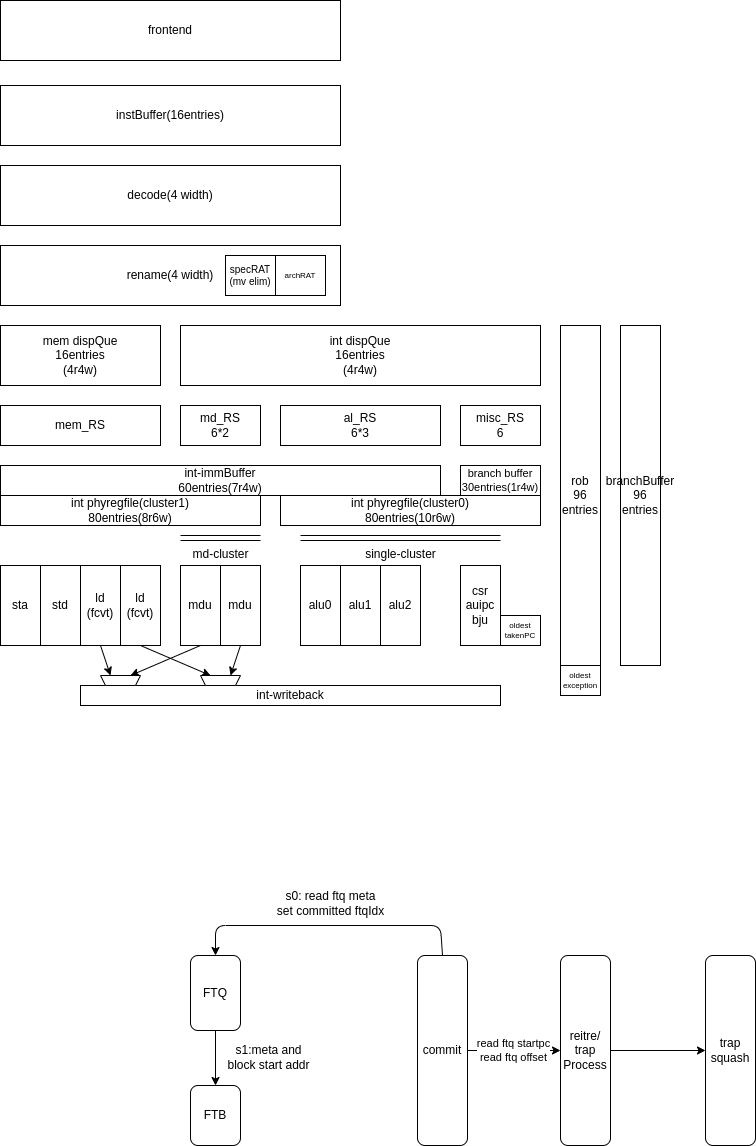
Above: doc/aura-arch-backend.drawio.png in tastynoob/aura-core (draw.io), before the change. Source tidied: cells renumbered, new cells last; positions are measured from the earlier drawing's top-left corner, leaving out a move shared by most shapes.
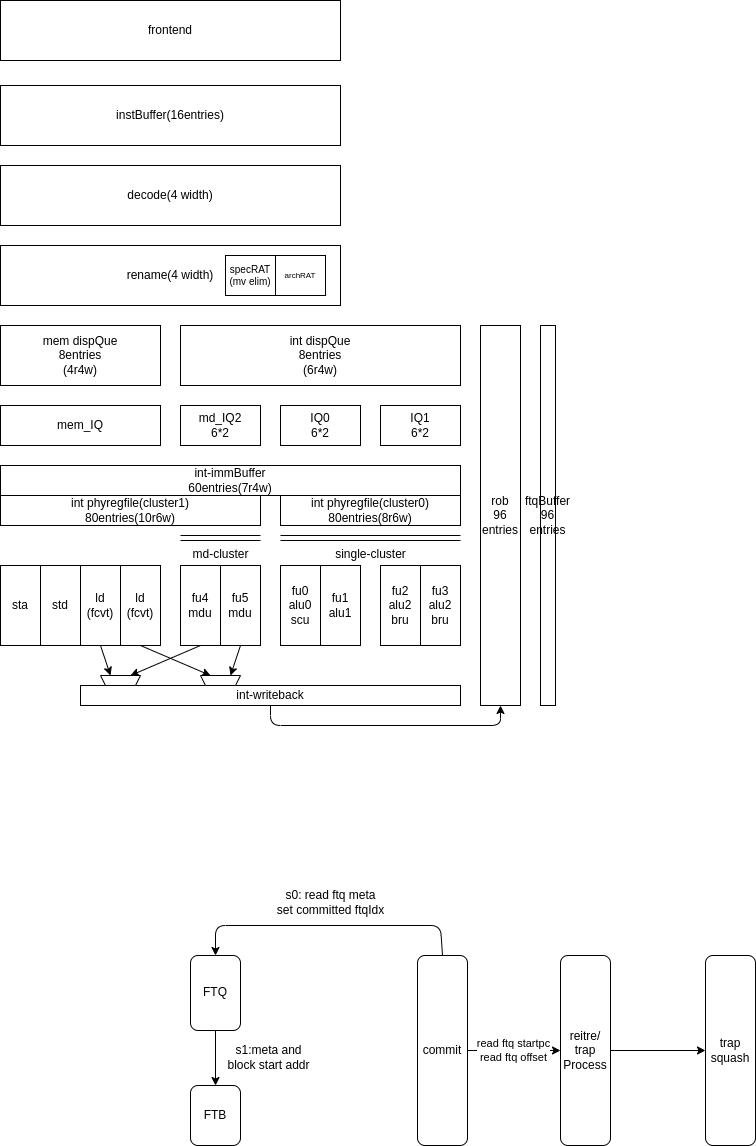
The same diagram one commit later.

Change to the diagram source:
```diff
@@ -2,13 +2,13 @@
   <root>
     <mxCell id="0" />
     <mxCell id="1" parent="0" />
-    <mxCell id="2" value="int dispQue&lt;br&gt;16entries&lt;br&gt;(4r4w)" style="rounded=0;whiteSpace=wrap;html=1;align=center;verticalAlign=middle;" parent="1" vertex="1">
-      <mxGeometry x="180" y="325" width="360" height="60" as="geometry" />
+    <mxCell id="2" value="int dispQue&lt;br&gt;8entries&lt;br&gt;(6r4w)" style="rounded=0;whiteSpace=wrap;html=1;align=center;verticalAlign=middle;" parent="1" vertex="1">
+      <mxGeometry x="180" y="325" width="280" height="60" as="geometry" />
     </mxCell>
-    <mxCell id="3" value="md_RS&lt;br&gt;6*2" style="rounded=0;whiteSpace=wrap;html=1;align=center;verticalAlign=middle;" parent="1" vertex="1">
+    <mxCell id="3" value="md_IQ2&lt;br&gt;6*2" style="rounded=0;whiteSpace=wrap;html=1;align=center;verticalAlign=middle;" parent="1" vertex="1">
       <mxGeometry x="180" y="405" width="80" height="40" as="geometry" />
     </mxCell>
-    <mxCell id="4" value="mem_RS" style="rounded=0;whiteSpace=wrap;html=1;align=center;verticalAlign=middle;" parent="1" vertex="1">
+    <mxCell id="4" value="mem_IQ" style="rounded=0;whiteSpace=wrap;html=1;align=center;verticalAlign=middle;" parent="1" vertex="1">
       <mxGeometry y="405" width="160" height="40" as="geometry" />
     </mxCell>
     <mxCell id="5" value="std" style="rounded=0;whiteSpace=wrap;html=1;" parent="1" vertex="1">
@@ -29,41 +29,46 @@
     <mxCell id="10" value="ld&lt;br&gt;(fcvt)" style="rounded=0;whiteSpace=wrap;html=1;" parent="1" vertex="1">
       <mxGeometry x="80" y="565" width="40" height="80" as="geometry" />
     </mxCell>
-    <mxCell id="11" value="al_RS&lt;br&gt;6*3" style="rounded=0;whiteSpace=wrap;html=1;align=center;verticalAlign=middle;" parent="1" vertex="1">
-      <mxGeometry x="280" y="405" width="160" height="40" as="geometry" />
+    <mxCell id="11" value="IQ0&lt;br&gt;6*2" style="rounded=0;whiteSpace=wrap;html=1;align=center;verticalAlign=middle;" parent="1" vertex="1">
+      <mxGeometry x="280" y="405" width="80" height="40" as="geometry" />
     </mxCell>
-    <mxCell id="12" value="misc_RS&lt;br&gt;6" style="rounded=0;whiteSpace=wrap;html=1;align=center;verticalAlign=middle;" parent="1" vertex="1">
-      <mxGeometry x="460" y="405" width="80" height="40" as="geometry" />
+    <mxCell id="12" value="IQ1&lt;br&gt;6*2" style="rounded=0;whiteSpace=wrap;html=1;align=center;verticalAlign=middle;" parent="1" vertex="1">
+      <mxGeometry x="380" y="405" width="80" height="40" as="geometry" />
     </mxCell>
-    <mxCell id="13" value="csr&lt;br&gt;auipc&lt;br&gt;bju" style="rounded=0;whiteSpace=wrap;html=1;" parent="1" vertex="1">
-      <mxGeometry x="460" y="565" width="40" height="80" as="geometry" />
+    <mxCell id="13" value="fu2&lt;br&gt;alu2&lt;br&gt;bru" style="rounded=0;whiteSpace=wrap;html=1;" parent="1" vertex="1">
+      <mxGeometry x="380" y="565" width="40" height="80" as="geometry" />
     </mxCell>
     <mxCell id="14" style="group;" parent="1" vertex="1">
       <mxGeometry x="180" y="555" width="80" height="80" as="geometry" />
     </mxCell>
-    <mxCell id="15" value="mdu" style="rounded=0;whiteSpace=wrap;html=1;" parent="14" vertex="1">
+    <mxCell id="15" value="fu5&lt;br&gt;mdu" style="rounded=0;whiteSpace=wrap;html=1;" parent="14" vertex="1">
       <mxGeometry x="40" y="10" width="40" height="80" as="geometry" />
     </mxCell>
-    <mxCell id="16" value="mdu" style="rounded=0;whiteSpace=wrap;html=1;" parent="14" vertex="1">
+    <mxCell id="16" value="fu4&lt;br&gt;mdu" style="rounded=0;whiteSpace=wrap;html=1;" parent="14" vertex="1">
       <mxGeometry y="10" width="40" height="80" as="geometry" />
     </mxCell>
-    <mxCell id="17" value="branch buffer&lt;br style=&quot;font-size: 11px;&quot;&gt;30entries(1r4w)" style="rounded=0;whiteSpace=wrap;html=1;align=center;verticalAlign=middle;fontSize=11;" parent="1" vertex="1">
-      <mxGeometry x="460" y="465" width="80" height="30" as="geometry" />
-    </mxCell>
     <mxCell id="18" value="int-immBuffer&lt;br&gt;60entries(7r4w)" style="rounded=0;whiteSpace=wrap;html=1;align=center;verticalAlign=middle;" parent="1" vertex="1">
-      <mxGeometry y="465" width="440" height="30" as="geometry" />
+      <mxGeometry y="465" width="460" height="30" as="geometry" />
     </mxCell>
-    <mxCell id="19" value="int phyregfile(cluster0)&lt;br&gt;80entries(10r6w)" style="rounded=0;whiteSpace=wrap;html=1;align=center;verticalAlign=middle;" parent="1" vertex="1">
-      <mxGeometry x="280" y="495" width="260" height="30" as="geometry" />
+    <mxCell id="19" value="int phyregfile(cluster0)&lt;br&gt;80entries(8r6w)" style="rounded=0;whiteSpace=wrap;html=1;align=center;verticalAlign=middle;" parent="1" vertex="1">
+      <mxGeometry x="280" y="495" width="180" height="30" as="geometry" />
     </mxCell>
-    <mxCell id="20" value="int phyregfile(cluster1)&lt;br&gt;80entries(8r6w)" style="rounded=0;whiteSpace=wrap;html=1;align=center;verticalAlign=middle;" parent="1" vertex="1">
+    <mxCell id="20" value="int phyregfile(cluster1)&lt;br&gt;80entries(10r6w)" style="rounded=0;whiteSpace=wrap;html=1;align=center;verticalAlign=middle;" parent="1" vertex="1">
       <mxGeometry y="495" width="260" height="30" as="geometry" />
     </mxCell>
-    <mxCell id="21" value="mem dispQue&lt;br&gt;16entries&lt;br&gt;(4r4w)" style="rounded=0;whiteSpace=wrap;html=1;align=center;verticalAlign=middle;" parent="1" vertex="1">
+    <mxCell id="21" value="mem dispQue&lt;br&gt;8entries&lt;br&gt;(4r4w)" style="rounded=0;whiteSpace=wrap;html=1;align=center;verticalAlign=middle;" parent="1" vertex="1">
       <mxGeometry y="325" width="160" height="60" as="geometry" />
     </mxCell>
+    <mxCell id="55" style="edgeStyle=none;html=1;entryX=0.5;entryY=1;entryDx=0;entryDy=0;" parent="1" edge="1" source="22" target="27">
+      <mxGeometry relative="1" as="geometry">
+        <Array as="points">
+          <mxPoint x="270" y="725" />
+          <mxPoint x="500" y="725" />
+        </Array>
+      </mxGeometry>
+    </mxCell>
     <mxCell id="22" value="int-writeback" style="rounded=0;whiteSpace=wrap;html=1;align=center;verticalAlign=middle;" parent="1" vertex="1">
-      <mxGeometry x="80" y="685" width="420" height="20" as="geometry" />
+      <mxGeometry x="80" y="685" width="380" height="20" as="geometry" />
     </mxCell>
     <mxCell id="23" style="group;" parent="1" vertex="1">
       <mxGeometry y="245" width="340" height="60" as="geometry" />
@@ -78,14 +83,8 @@
       <mxGeometry x="275" y="10" width="50" height="40" as="geometry" />
     </mxCell>
     <mxCell id="27" value="rob&lt;br&gt;96&lt;br&gt;entries" style="rounded=0;whiteSpace=wrap;html=1;align=center;verticalAlign=middle;" parent="1" vertex="1">
-      <mxGeometry x="560" y="325" width="40" height="340" as="geometry" />
+      <mxGeometry x="480" y="325" width="40" height="380" as="geometry" />
     </mxCell>
-    <mxCell id="28" value="oldest&lt;br&gt;takenPC" style="rounded=0;whiteSpace=wrap;html=1;fontSize=8;" parent="1" vertex="1">
-      <mxGeometry x="500" y="615" width="40" height="30" as="geometry" />
-    </mxCell>
-    <mxCell id="29" value="oldest exception" style="rounded=0;whiteSpace=wrap;html=1;fontSize=8;" parent="1" vertex="1">
-      <mxGeometry x="560" y="665" width="40" height="30" as="geometry" />
-    </mxCell>
     <mxCell id="30" style="shape=trapezoid;perimeter=trapezoidPerimeter;whiteSpace=wrap;html=1;fixedSize=1;fontSize=10;rotation=-180;size=4.999999999999886;" parent="1" vertex="1">
       <mxGeometry x="100" y="675" width="40" height="10" as="geometry" />
     </mxCell>
@@ -104,20 +103,8 @@
     <mxCell id="35" value="instBuffer(16entries)" style="rounded=0;whiteSpace=wrap;html=1;align=center;verticalAlign=middle;" parent="1" vertex="1">
       <mxGeometry y="85" width="340" height="60" as="geometry" />
     </mxCell>
-    <mxCell id="36" style="group;" parent="1" vertex="1">
-      <mxGeometry x="300" y="565" width="120" height="80" as="geometry" />
-    </mxCell>
-    <mxCell id="37" value="alu1" style="rounded=0;whiteSpace=wrap;html=1;" parent="36" vertex="1">
-      <mxGeometry x="40" width="40" height="80" as="geometry" />
-    </mxCell>
-    <mxCell id="38" value="alu0" style="rounded=0;whiteSpace=wrap;html=1;" parent="36" vertex="1">
-      <mxGeometry width="40" height="80" as="geometry" />
-    </mxCell>
-    <mxCell id="39" value="alu2" style="rounded=0;whiteSpace=wrap;html=1;" parent="36" vertex="1">
-      <mxGeometry x="80" width="40" height="80" as="geometry" />
-    </mxCell>
     <mxCell id="40" value="single-cluster" style="verticalLabelPosition=bottom;shadow=0;dashed=0;align=center;html=1;verticalAlign=top;shape=mxgraph.electrical.transmission.2_line_bus;" parent="1" vertex="1">
-      <mxGeometry x="300" y="535" width="200" height="5" as="geometry" />
+      <mxGeometry x="280" y="535" width="180" height="5" as="geometry" />
     </mxCell>
     <mxCell id="41" value="md-cluster" style="verticalLabelPosition=bottom;shadow=0;dashed=0;align=center;html=1;verticalAlign=top;shape=mxgraph.electrical.transmission.2_line_bus;" parent="1" vertex="1">
       <mxGeometry x="180" y="535" width="80" height="5" as="geometry" />
@@ -160,11 +147,20 @@
     <mxCell id="52" value="s1:meta and&lt;br&gt;block start addr" style="text;html=1;align=center;verticalAlign=middle;strokeColor=none;fillColor=none;" parent="1" vertex="1">
       <mxGeometry x="215" y="1034" width="105" height="45" as="geometry" />
     </mxCell>
-    <mxCell id="53" value="branchBuffer&lt;br&gt;96&lt;br&gt;entries" style="rounded=0;whiteSpace=wrap;html=1;align=center;verticalAlign=middle;" parent="1" vertex="1">
-      <mxGeometry x="620" y="325" width="40" height="340" as="geometry" />
+    <mxCell id="53" value="ftqBuffer&lt;br&gt;96&lt;br&gt;entries" style="rounded=0;whiteSpace=wrap;html=1;align=center;verticalAlign=middle;" parent="1" vertex="1">
+      <mxGeometry x="540" y="325" width="15" height="380" as="geometry" />
     </mxCell>
     <mxCell id="54" value="trap&lt;br&gt;squash" style="rounded=1;whiteSpace=wrap;html=1;" parent="1" vertex="1">
       <mxGeometry x="705" y="955" width="50" height="190" as="geometry" />
     </mxCell>
+    <mxCell id="37" value="fu1&lt;br&gt;alu1" style="rounded=0;whiteSpace=wrap;html=1;" parent="1" vertex="1">
+      <mxGeometry x="320" y="565" width="40" height="80" as="geometry" />
+    </mxCell>
+    <mxCell id="38" value="fu0&lt;br&gt;alu0&lt;br&gt;scu" style="rounded=0;whiteSpace=wrap;html=1;" parent="1" vertex="1">
+      <mxGeometry x="280" y="565" width="40" height="80" as="geometry" />
+    </mxCell>
+    <mxCell id="56" value="fu3&lt;br&gt;alu2&lt;br&gt;bru" style="rounded=0;whiteSpace=wrap;html=1;" parent="1" vertex="1">
+      <mxGeometry x="420" y="565" width="40" height="80" as="geometry" />
+    </mxCell>
   </root>
 </mxGraphModel>
```
